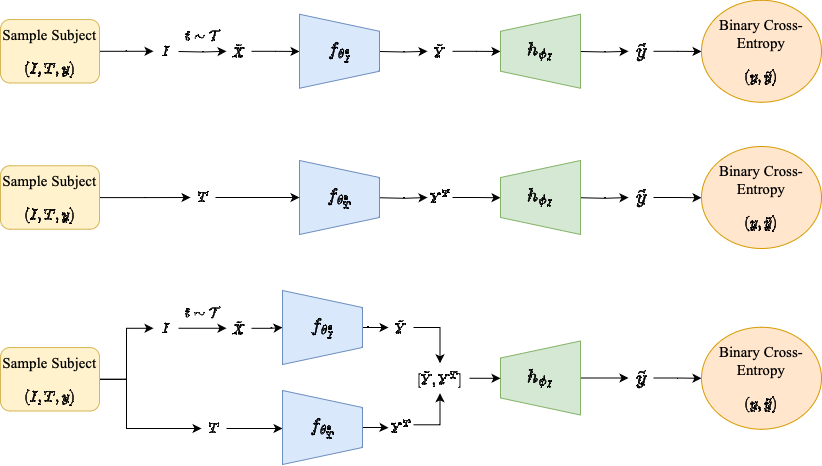
Earlier version of the draw.io export fine-tuning.drawio.png (Vivano/amal-project). Source tidied: cells renumbered, new cells last; positions are measured from the earlier drawing's top-left corner, leaving out a move shared by most shapes.
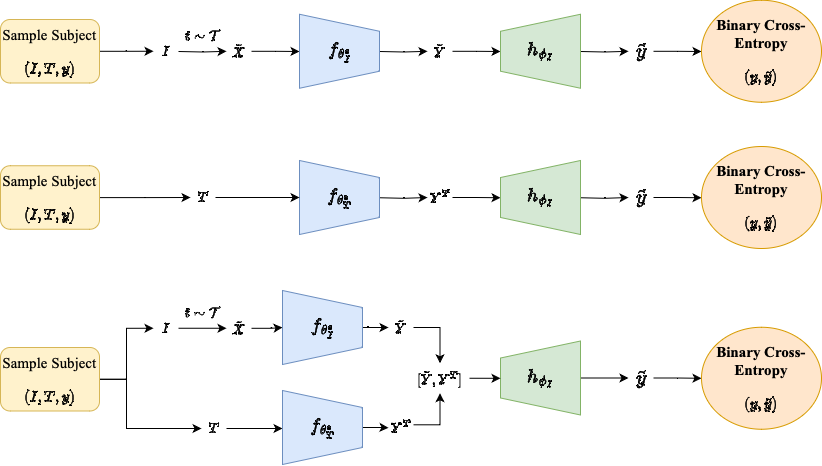
Later version of the same file.

Commit message:
Mettre à jour fine-tuning.drawio.png

Diff of the diagram source:
```diff
@@ -42,7 +42,7 @@
     <mxCell id="13" value="$$\tilde{y}$$" style="text;html=1;strokeColor=none;fillColor=none;align=center;verticalAlign=middle;whiteSpace=wrap;rounded=0;fontSize=17;" parent="1" vertex="1">
       <mxGeometry x="628" y="362.5" width="25" height="30" as="geometry" />
     </mxCell>
-    <mxCell id="14" value="Binary Cross-Entropy&lt;br style=&quot;font-size: 15px;&quot;&gt;$$(y,\tilde{y})$$" style="ellipse;whiteSpace=wrap;html=1;fontSize=15;verticalAlign=bottom;fontFamily=Times New Roman;labelPosition=center;verticalLabelPosition=middle;align=center;fillColor=#ffe6cc;strokeColor=#d79b00;" parent="1" vertex="1">
+    <mxCell id="14" value="&lt;b&gt;Binary Cross-Entropy&lt;/b&gt;&lt;br style=&quot;font-size: 15px;&quot;&gt;$$(y,\tilde{y})$$" style="ellipse;whiteSpace=wrap;html=1;fontSize=15;verticalAlign=bottom;fontFamily=Times New Roman;labelPosition=center;verticalLabelPosition=middle;align=center;fillColor=#ffe6cc;strokeColor=#d79b00;" parent="1" vertex="1">
       <mxGeometry x="701" y="326.8" width="120" height="102" as="geometry" />
     </mxCell>
     <mxCell id="15" style="edgeStyle=orthogonalEdgeStyle;rounded=0;jettySize=auto;html=1;entryX=0;entryY=0.5;entryDx=0;entryDy=0;" parent="1" edge="1" source="17" target="3">
@@ -137,7 +137,7 @@
     <mxCell id="36" value="&lt;font style=&quot;font-size: 16px;&quot;&gt;$$h_{\phi_I}$$&lt;/font&gt;" style="verticalLabelPosition=middle;verticalAlign=middle;html=1;shape=trapezoid;perimeter=trapezoidPerimeter;whiteSpace=wrap;size=0.23;arcSize=10;flipV=1;labelPosition=center;align=center;labelBackgroundColor=none;fillColor=#d5e8d4;labelBorderColor=none;strokeColor=#82b366;direction=south;fontSize=16;flipH=1;" parent="1" vertex="1">
       <mxGeometry x="500" y="13.8" width="80" height="74" as="geometry" />
     </mxCell>
-    <mxCell id="37" value="Binary Cross-Entropy&lt;br style=&quot;font-size: 15px;&quot;&gt;$$(y,\tilde{y})$$" style="ellipse;whiteSpace=wrap;html=1;fontSize=15;verticalAlign=bottom;fontFamily=Times New Roman;labelPosition=center;verticalLabelPosition=middle;align=center;fillColor=#ffe6cc;strokeColor=#d79b00;" parent="1" vertex="1">
+    <mxCell id="37" value="&lt;b&gt;Binary Cross-Entropy&lt;/b&gt;&lt;br style=&quot;font-size: 15px;&quot;&gt;$$(y,\tilde{y})$$" style="ellipse;whiteSpace=wrap;html=1;fontSize=15;verticalAlign=bottom;fontFamily=Times New Roman;labelPosition=center;verticalLabelPosition=middle;align=center;fillColor=#ffe6cc;strokeColor=#d79b00;" parent="1" vertex="1">
       <mxGeometry x="701" y="-0.2" width="120" height="102" as="geometry" />
     </mxCell>
     <mxCell id="38" style="edgeStyle=orthogonalEdgeStyle;rounded=0;jettySize=auto;html=1;entryX=0;entryY=0.5;entryDx=0;entryDy=0;" parent="1" edge="1" source="39" target="40">
@@ -187,7 +187,7 @@
     <mxCell id="50" value="&lt;font style=&quot;font-size: 16px;&quot;&gt;$$h_{\phi_I}$$&lt;/font&gt;" style="verticalLabelPosition=middle;verticalAlign=middle;html=1;shape=trapezoid;perimeter=trapezoidPerimeter;whiteSpace=wrap;size=0.23;arcSize=10;flipV=1;labelPosition=center;align=center;labelBackgroundColor=none;fillColor=#d5e8d4;labelBorderColor=none;strokeColor=#82b366;direction=south;fontSize=16;flipH=1;" parent="1" vertex="1">
       <mxGeometry x="500" y="160" width="80" height="74" as="geometry" />
     </mxCell>
-    <mxCell id="51" value="Binary Cross-Entropy&lt;br style=&quot;font-size: 15px;&quot;&gt;$$(y,\tilde{y})$$" style="ellipse;whiteSpace=wrap;html=1;fontSize=15;verticalAlign=bottom;fontFamily=Times New Roman;labelPosition=center;verticalLabelPosition=middle;align=center;fillColor=#ffe6cc;strokeColor=#d79b00;" parent="1" vertex="1">
+    <mxCell id="51" value="&lt;b&gt;Binary Cross-Entropy&lt;/b&gt;&lt;br style=&quot;font-size: 15px;&quot;&gt;$$(y,\tilde{y})$$" style="ellipse;whiteSpace=wrap;html=1;fontSize=15;verticalAlign=bottom;fontFamily=Times New Roman;labelPosition=center;verticalLabelPosition=middle;align=center;fillColor=#ffe6cc;strokeColor=#d79b00;" parent="1" vertex="1">
       <mxGeometry x="701" y="146" width="120" height="102" as="geometry" />
     </mxCell>
     <mxCell id="52" style="edgeStyle=orthogonalEdgeStyle;rounded=0;jettySize=auto;html=1;entryX=0;entryY=0.5;entryDx=0;entryDy=0;" parent="1" edge="1" source="53" target="55">
```
